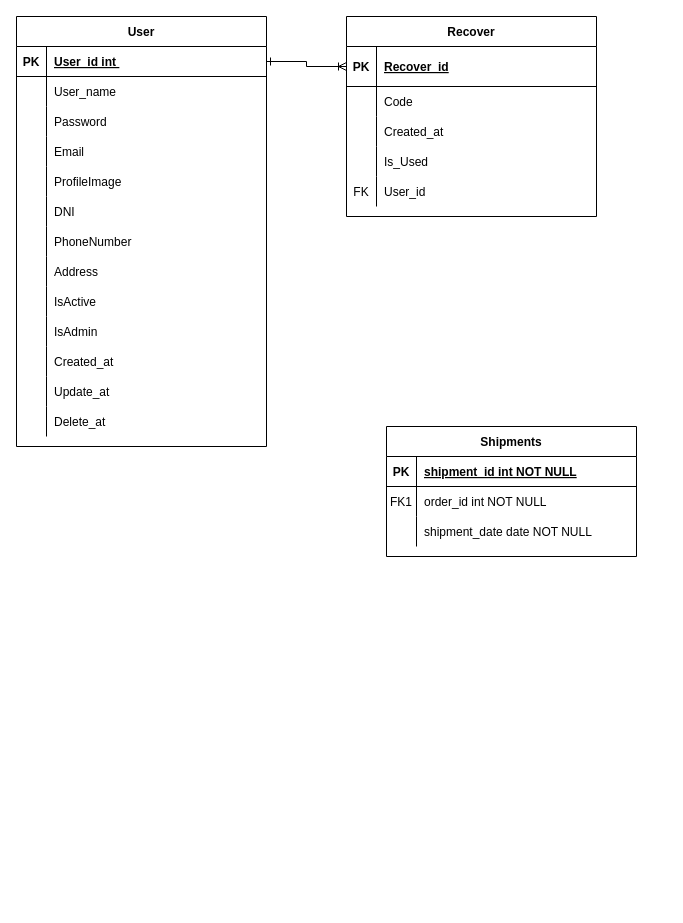
This is E-Commerce.drawio from MarvinOrtiz18/DER, a draw.io file, before an edit. Source tidied: cells renumbered, new cells numbered last; positions are measured from the earlier drawing's top-left corner, leaving out a move shared by most shapes. Both pictures are drawn from the tidied source at 100%, with x=0, y=0 at pixel (16, 16).
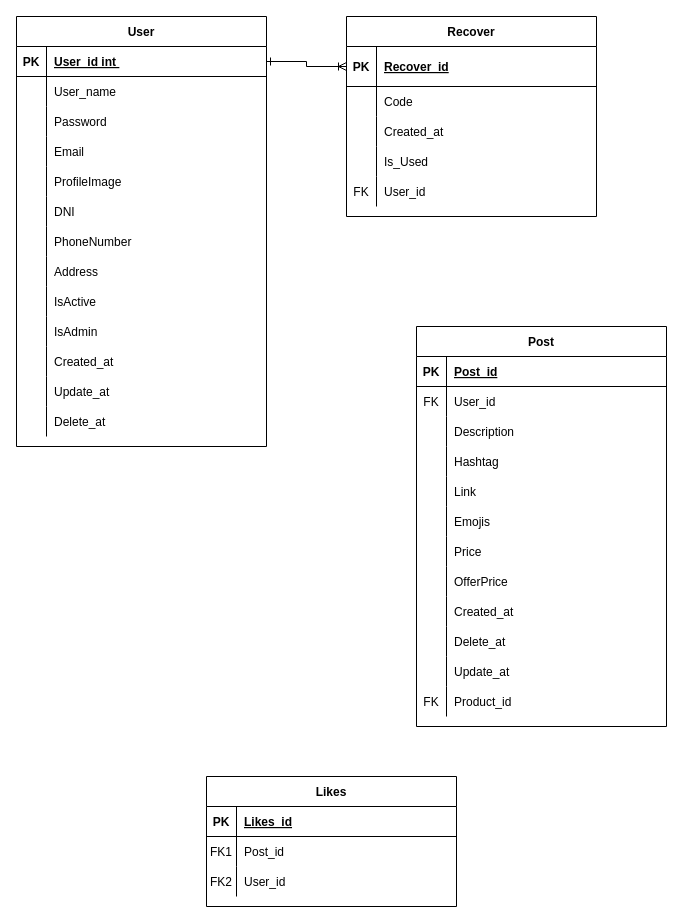
The same page after the edit.

The change refers to these unchanged cells:
```xml
<mxCell id="19" style="shape=partialRectangle;fillColor=none;top=0;left=0;right=0;bottom=1;" parent="18" vertex="1">
  <mxGeometry y="30" width="250" height="30" as="geometry" />
</mxCell>
<mxCell id="22" style="shape=partialRectangle;fillColor=none;top=0;left=0;right=0;bottom=0;" parent="18" vertex="1">
  <mxGeometry y="60" width="250" height="30" as="geometry" />
</mxCell>
<mxCell id="25" style="shape=partialRectangle;fillColor=none;top=0;left=0;right=0;bottom=0;" parent="18" vertex="1">
  <mxGeometry y="90" width="250" height="30" as="geometry" />
</mxCell>
```

The edit, as a diff of the source:
```diff
@@
-    <mxCell id="18" value="Shipments" style="shape=table;startSize=30;childLayout=tableLayout;rowLines=0;fontStyle=1;align=center;" parent="1" vertex="1">
-      <mxGeometry x="370" y="410" width="250" height="130" as="geometry" />
+    <mxCell id="18" value="Likes" style="shape=table;startSize=30;childLayout=tableLayout;rowLines=0;fontStyle=1;align=center;" parent="1" vertex="1">
+      <mxGeometry x="190" y="760" width="250" height="130" as="geometry" />
     </mxCell>
@@
-    <mxCell id="21" value="shipment_id int NOT NULL " style="shape=partialRectangle;overflow=hidden;fillColor=none;top=0;left=0;bottom=0;right=0;align=left;spacingLeft=6;fontStyle=5;" parent="19" vertex="1">
+    <mxCell id="21" value="Likes_id" style="shape=partialRectangle;overflow=hidden;fillColor=none;top=0;left=0;bottom=0;right=0;align=left;spacingLeft=6;fontStyle=5;" parent="19" vertex="1">
       <mxGeometry x="30" width="220" height="30" as="geometry" />
     </mxCell>
@@
-    <mxCell id="24" value="order_id int NOT NULL" style="shape=partialRectangle;overflow=hidden;fillColor=none;top=0;left=0;bottom=0;right=0;align=left;spacingLeft=6;" parent="22" vertex="1">
+    <mxCell id="24" value="Post_id" style="shape=partialRectangle;overflow=hidden;fillColor=none;top=0;left=0;bottom=0;right=0;align=left;spacingLeft=6;" parent="22" vertex="1">
       <mxGeometry x="30" width="220" height="30" as="geometry" />
     </mxCell>
@@
-    <mxCell id="26" style="shape=partialRectangle;overflow=hidden;fillColor=none;top=0;left=0;bottom=0;right=0;" parent="25" vertex="1">
+    <mxCell id="26" value="FK2" style="shape=partialRectangle;overflow=hidden;fillColor=none;top=0;left=0;bottom=0;right=0;" parent="25" vertex="1">
       <mxGeometry width="30" height="30" as="geometry" />
     </mxCell>
-    <mxCell id="27" value="shipment_date date NOT NULL" style="shape=partialRectangle;overflow=hidden;fillColor=none;top=0;left=0;bottom=0;right=0;align=left;spacingLeft=6;" parent="25" vertex="1">
+    <mxCell id="27" value="User_id" style="shape=partialRectangle;overflow=hidden;fillColor=none;top=0;left=0;bottom=0;right=0;align=left;spacingLeft=6;" parent="25" vertex="1">
       <mxGeometry x="30" width="220" height="30" as="geometry" />
     </mxCell>
@@
+    <mxCell id="69" value="Post" style="shape=table;startSize=30;childLayout=tableLayout;rowLines=0;fontStyle=1;align=center;" parent="1" vertex="1">
+      <mxGeometry x="400" y="310" width="250" height="400" as="geometry" />
+    </mxCell>
+    <mxCell id="70" style="shape=partialRectangle;fillColor=none;top=0;left=0;right=0;bottom=1;" parent="69" vertex="1">
+      <mxGeometry y="30" width="250" height="30" as="geometry" />
+    </mxCell>
+    <mxCell id="71" value="PK" style="shape=partialRectangle;overflow=hidden;fillColor=none;top=0;left=0;bottom=0;right=0;fontStyle=1;" parent="70" vertex="1">
+      <mxGeometry width="30" height="30" as="geometry" />
+    </mxCell>
+    <mxCell id="72" value="Post_id" style="shape=partialRectangle;overflow=hidden;fillColor=none;top=0;left=0;bottom=0;right=0;align=left;spacingLeft=6;fontStyle=5;" parent="70" vertex="1">
+      <mxGeometry x="30" width="220" height="30" as="geometry" />
+    </mxCell>
+    <mxCell id="73" style="shape=partialRectangle;fillColor=none;top=0;left=0;right=0;bottom=0;" parent="69" vertex="1">
+      <mxGeometry y="60" width="250" height="30" as="geometry" />
+    </mxCell>
+    <mxCell id="74" value="FK" style="shape=partialRectangle;overflow=hidden;fillColor=none;top=0;left=0;bottom=0;right=0;" parent="73" vertex="1">
+      <mxGeometry width="30" height="30" as="geometry" />
+    </mxCell>
+    <mxCell id="75" value="User_id" style="shape=partialRectangle;overflow=hidden;fillColor=none;top=0;left=0;bottom=0;right=0;align=left;spacingLeft=6;" parent="73" vertex="1">
+      <mxGeometry x="30" width="220" height="30" as="geometry" />
+    </mxCell>
+    <mxCell id="76" style="shape=partialRectangle;fillColor=none;top=0;left=0;right=0;bottom=0;" parent="69" vertex="1">
+      <mxGeometry y="90" width="250" height="30" as="geometry" />
+    </mxCell>
+    <mxCell id="77" style="shape=partialRectangle;overflow=hidden;fillColor=none;top=0;left=0;bottom=0;right=0;" parent="76" vertex="1">
+      <mxGeometry width="30" height="30" as="geometry" />
+    </mxCell>
+    <mxCell id="78" value="Description" style="shape=partialRectangle;overflow=hidden;fillColor=none;top=0;left=0;bottom=0;right=0;align=left;spacingLeft=6;" parent="76" vertex="1">
+      <mxGeometry x="30" width="220" height="30" as="geometry" />
+    </mxCell>
+    <mxCell id="79" style="shape=partialRectangle;fillColor=none;top=0;left=0;right=0;bottom=0;" parent="69" vertex="1">
+      <mxGeometry y="120" width="250" height="30" as="geometry" />
+    </mxCell>
+    <mxCell id="80" style="shape=partialRectangle;overflow=hidden;fillColor=none;top=0;left=0;bottom=0;right=0;" parent="79" vertex="1">
+      <mxGeometry width="30" height="30" as="geometry" />
+    </mxCell>
+    <mxCell id="81" value="Hashtag" style="shape=partialRectangle;overflow=hidden;fillColor=none;top=0;left=0;bottom=0;right=0;align=left;spacingLeft=6;" parent="79" vertex="1">
+      <mxGeometry x="30" width="220" height="30" as="geometry" />
+    </mxCell>
+    <mxCell id="82" style="shape=partialRectangle;fillColor=none;top=0;left=0;right=0;bottom=0;" parent="69" vertex="1">
+      <mxGeometry y="150" width="250" height="30" as="geometry" />
+    </mxCell>
+    <mxCell id="83" style="shape=partialRectangle;overflow=hidden;fillColor=none;top=0;left=0;bottom=0;right=0;" parent="82" vertex="1">
+      <mxGeometry width="30" height="30" as="geometry" />
+    </mxCell>
+    <mxCell id="84" value="Link" style="shape=partialRectangle;overflow=hidden;fillColor=none;top=0;left=0;bottom=0;right=0;align=left;spacingLeft=6;" parent="82" vertex="1">
+      <mxGeometry x="30" width="220" height="30" as="geometry" />
+    </mxCell>
+    <mxCell id="85" style="shape=partialRectangle;fillColor=none;top=0;left=0;right=0;bottom=0;" parent="69" vertex="1">
+      <mxGeometry y="180" width="250" height="30" as="geometry" />
+    </mxCell>
+    <mxCell id="86" style="shape=partialRectangle;overflow=hidden;fillColor=none;top=0;left=0;bottom=0;right=0;" parent="85" vertex="1">
+      <mxGeometry width="30" height="30" as="geometry" />
+    </mxCell>
+    <mxCell id="87" value="Emojis" style="shape=partialRectangle;overflow=hidden;fillColor=none;top=0;left=0;bottom=0;right=0;align=left;spacingLeft=6;" parent="85" vertex="1">
+      <mxGeometry x="30" width="220" height="30" as="geometry" />
+    </mxCell>
+    <mxCell id="88" style="shape=partialRectangle;fillColor=none;top=0;left=0;right=0;bottom=0;" parent="69" vertex="1">
+      <mxGeometry y="210" width="250" height="30" as="geometry" />
+    </mxCell>
+    <mxCell id="89" style="shape=partialRectangle;overflow=hidden;fillColor=none;top=0;left=0;bottom=0;right=0;" parent="88" vertex="1">
+      <mxGeometry width="30" height="30" as="geometry" />
+    </mxCell>
+    <mxCell id="90" value="Price" style="shape=partialRectangle;overflow=hidden;fillColor=none;top=0;left=0;bottom=0;right=0;align=left;spacingLeft=6;" parent="88" vertex="1">
+      <mxGeometry x="30" width="220" height="30" as="geometry" />
+    </mxCell>
+    <mxCell id="91" style="shape=partialRectangle;fillColor=none;top=0;left=0;right=0;bottom=0;" parent="69" vertex="1">
+      <mxGeometry y="240" width="250" height="30" as="geometry" />
+    </mxCell>
+    <mxCell id="92" style="shape=partialRectangle;overflow=hidden;fillColor=none;top=0;left=0;bottom=0;right=0;" parent="91" vertex="1">
+      <mxGeometry width="30" height="30" as="geometry" />
+    </mxCell>
+    <mxCell id="93" value="OfferPrice" style="shape=partialRectangle;overflow=hidden;fillColor=none;top=0;left=0;bottom=0;right=0;align=left;spacingLeft=6;" parent="91" vertex="1">
+      <mxGeometry x="30" width="220" height="30" as="geometry" />
+    </mxCell>
+    <mxCell id="94" style="shape=partialRectangle;fillColor=none;top=0;left=0;right=0;bottom=0;" parent="69" vertex="1">
+      <mxGeometry y="270" width="250" height="30" as="geometry" />
+    </mxCell>
+    <mxCell id="95" style="shape=partialRectangle;overflow=hidden;fillColor=none;top=0;left=0;bottom=0;right=0;" parent="94" vertex="1">
+      <mxGeometry width="30" height="30" as="geometry" />
+    </mxCell>
+    <mxCell id="96" value="Created_at" style="shape=partialRectangle;overflow=hidden;fillColor=none;top=0;left=0;bottom=0;right=0;align=left;spacingLeft=6;" parent="94" vertex="1">
+      <mxGeometry x="30" width="220" height="30" as="geometry" />
+    </mxCell>
+    <mxCell id="97" style="shape=partialRectangle;fillColor=none;top=0;left=0;right=0;bottom=0;" parent="69" vertex="1">
+      <mxGeometry y="300" width="250" height="30" as="geometry" />
+    </mxCell>
+    <mxCell id="98" style="shape=partialRectangle;overflow=hidden;fillColor=none;top=0;left=0;bottom=0;right=0;" parent="97" vertex="1">
+      <mxGeometry width="30" height="30" as="geometry" />
+    </mxCell>
+    <mxCell id="99" value="Delete_at" style="shape=partialRectangle;overflow=hidden;fillColor=none;top=0;left=0;bottom=0;right=0;align=left;spacingLeft=6;" parent="97" vertex="1">
+      <mxGeometry x="30" width="220" height="30" as="geometry" />
+    </mxCell>
+    <mxCell id="100" style="shape=partialRectangle;fillColor=none;top=0;left=0;right=0;bottom=0;" parent="69" vertex="1">
+      <mxGeometry y="330" width="250" height="30" as="geometry" />
+    </mxCell>
+    <mxCell id="101" style="shape=partialRectangle;overflow=hidden;fillColor=none;top=0;left=0;bottom=0;right=0;" parent="100" vertex="1">
+      <mxGeometry width="30" height="30" as="geometry" />
+    </mxCell>
+    <mxCell id="102" value="Update_at" style="shape=partialRectangle;overflow=hidden;fillColor=none;top=0;left=0;bottom=0;right=0;align=left;spacingLeft=6;" parent="100" vertex="1">
+      <mxGeometry x="30" width="220" height="30" as="geometry" />
+    </mxCell>
+    <mxCell id="103" style="shape=partialRectangle;fillColor=none;top=0;left=0;right=0;bottom=0;" parent="69" vertex="1">
+      <mxGeometry y="360" width="250" height="30" as="geometry" />
+    </mxCell>
+    <mxCell id="104" value="FK" style="shape=partialRectangle;overflow=hidden;fillColor=none;top=0;left=0;bottom=0;right=0;" parent="103" vertex="1">
+      <mxGeometry width="30" height="30" as="geometry" />
+    </mxCell>
+    <mxCell id="105" value="Product_id" style="shape=partialRectangle;overflow=hidden;fillColor=none;top=0;left=0;bottom=0;right=0;align=left;spacingLeft=6;" parent="103" vertex="1">
+      <mxGeometry x="30" width="220" height="30" as="geometry" />
+    </mxCell>
```
